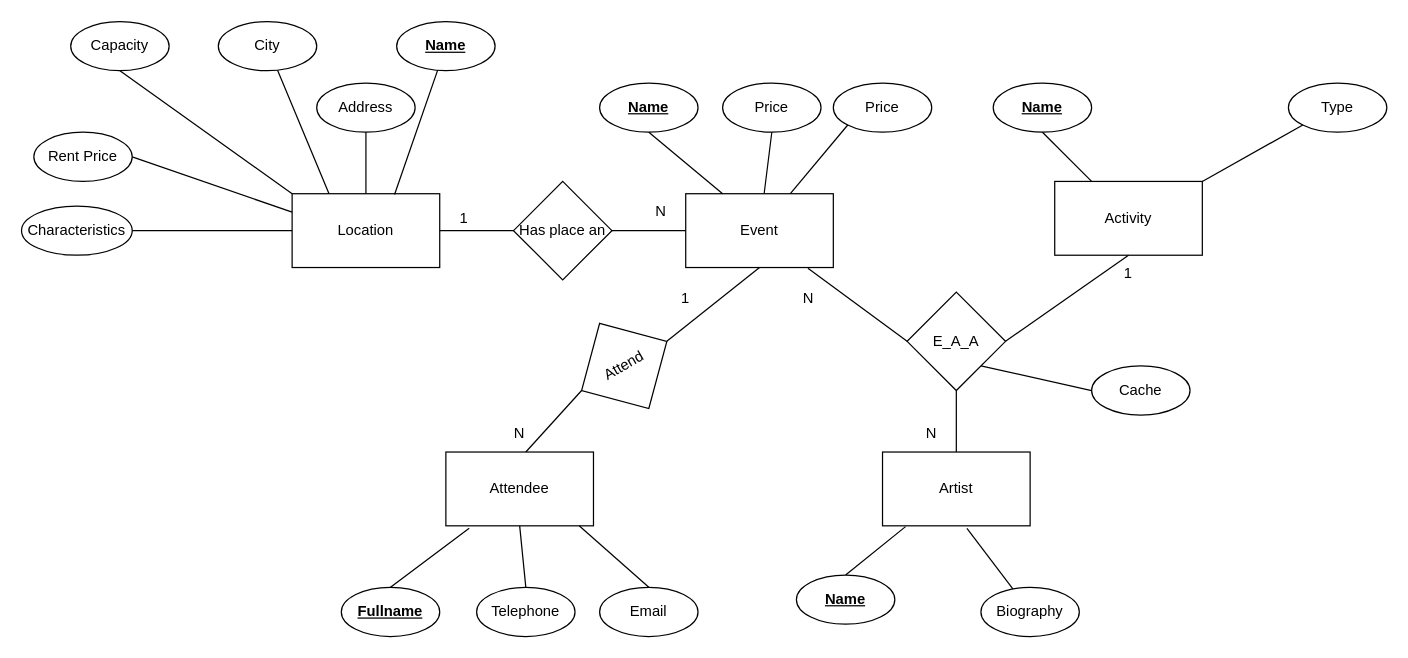
The draw.io diagram Solution/DER-Empresa_Eventos.drawio in PabloPaezSheridan/EventsEnterpriseSQLDesign, before the edit. Source tidied: cells renumbered, new cells numbered last; positions are measured from the earlier drawing's top-left corner, leaving out a move shared by most shapes. Both pictures are drawn from the tidied source at 123%, with x=0, y=0 at pixel (21, 21).
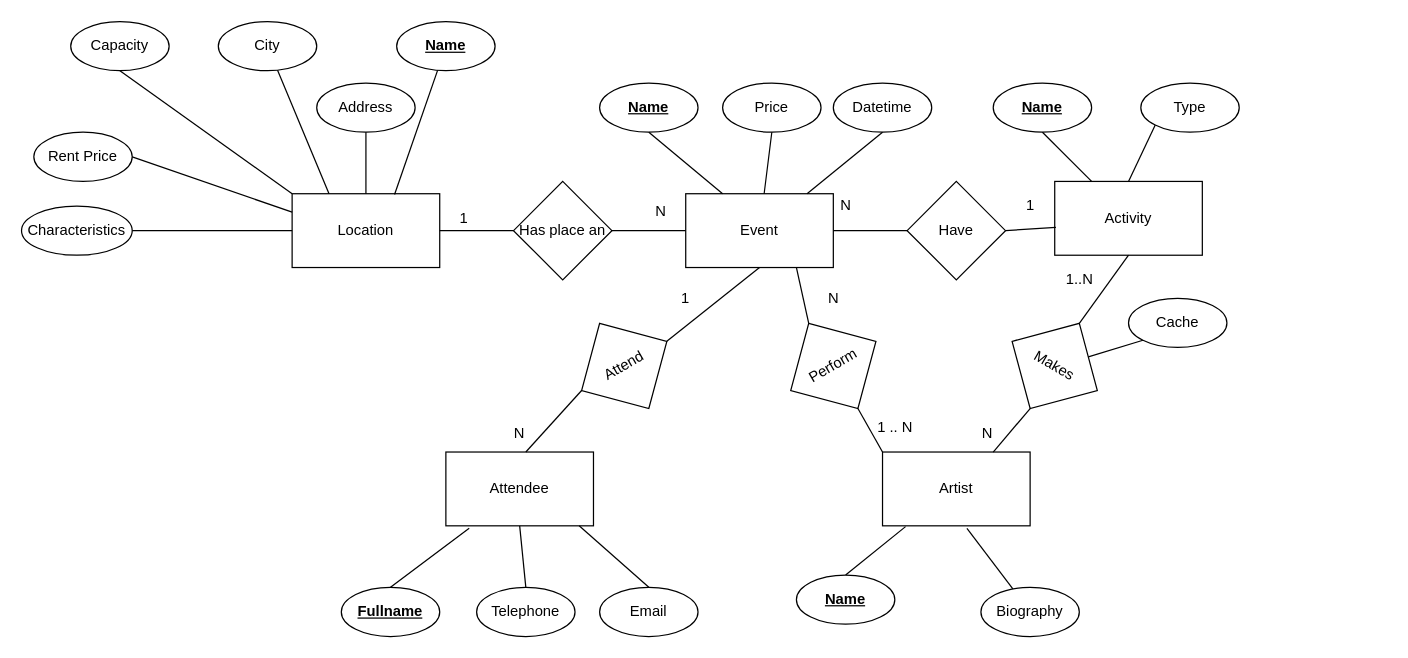
After the change.

Commit message (it also covers changes not shown here):
Refactor ternary relationship and table design

The change refers to these unchanged cells:
```xml
<mxCell id="2" value="Event" style="rounded=0;whiteSpace=wrap;html=1;" parent="1" vertex="1">
  <mxGeometry x="540" y="140" width="120" height="60" as="geometry" />
</mxCell>
<mxCell id="4" value="Artist" style="rounded=0;whiteSpace=wrap;html=1;" parent="1" vertex="1">
  <mxGeometry x="700" y="350" width="120" height="60" as="geometry" />
</mxCell>
<mxCell id="35" value="Activity" style="rounded=0;whiteSpace=wrap;html=1;" parent="1" vertex="1">
  <mxGeometry x="840" y="130" width="120" height="60" as="geometry" />
</mxCell>
```

The edit, as a diff of the source:
```diff
@@
-    <mxCell id="26" value="Price" style="ellipse;whiteSpace=wrap;html=1;" parent="1" vertex="1">
-      <mxGeometry x="660" y="50" width="80" height="40" as="geometry" />
-    </mxCell>
-    <mxCell id="27" style="endArrow=none;html=1;entryX=0;entryY=1;entryDx=0;entryDy=0;" parent="1" edge="1" source="2" target="26">
-      <mxGeometry relative="1" as="geometry" />
-    </mxCell>
     <mxCell id="28" value="Type" style="ellipse;whiteSpace=wrap;html=1;" parent="1" vertex="1">
-      <mxGeometry x="1030" y="50" width="80" height="40" as="geometry" />
+      <mxGeometry x="910" y="50" width="80" height="40" as="geometry" />
     </mxCell>
@@
-    <mxCell id="36" style="endArrow=none;html=1;exitX=1;exitY=0;exitDx=0;exitDy=0;entryX=0;entryY=1;entryDx=0;entryDy=0;" parent="1" edge="1" source="35" target="28">
-      <mxGeometry relative="1" as="geometry" />
-    </mxCell>
@@
-    <mxCell id="49" value="E_A_A" style="rhombus;whiteSpace=wrap;html=1;" parent="1" vertex="1">
-      <mxGeometry x="720" y="220" width="80" height="80" as="geometry" />
-    </mxCell>
-    <mxCell id="50" style="endArrow=none;html=1;exitX=0;exitY=0.5;exitDx=0;exitDy=0;entryX=0.828;entryY=1.011;entryDx=0;entryDy=0;entryPerimeter=0;" parent="1" edge="1" source="49" target="2">
-      <mxGeometry relative="1" as="geometry" />
-    </mxCell>
-    <mxCell id="51" style="endArrow=none;html=1;entryX=0.5;entryY=1;entryDx=0;entryDy=0;exitX=1;exitY=0.5;exitDx=0;exitDy=0;" parent="1" edge="1" source="49" target="35">
-      <mxGeometry relative="1" as="geometry" />
-    </mxCell>
-    <mxCell id="52" style="endArrow=none;html=1;exitX=0.5;exitY=0;exitDx=0;exitDy=0;entryX=0.5;entryY=1;entryDx=0;entryDy=0;" parent="1" edge="1" source="4" target="49">
-      <mxGeometry relative="1" as="geometry" />
-    </mxCell>
+    <mxCell id="36" style="endArrow=none;html=1;exitX=0.5;exitY=0;exitDx=0;exitDy=0;entryX=0;entryY=1;entryDx=0;entryDy=0;" parent="1" edge="1" source="35" target="28">
+      <mxGeometry relative="1" as="geometry" />
+    </mxCell>
+    <mxCell id="58" value="Datetime" style="ellipse;whiteSpace=wrap;html=1;" parent="1" vertex="1">
+      <mxGeometry x="660" y="50" width="80" height="40" as="geometry" />
+    </mxCell>
+    <mxCell id="59" style="endArrow=none;html=1;entryX=0.5;entryY=1;entryDx=0;entryDy=0;exitX=0.822;exitY=0;exitDx=0;exitDy=0;exitPerimeter=0;" parent="1" edge="1" source="2" target="58">
+      <mxGeometry relative="1" as="geometry" />
+    </mxCell>
+    <mxCell id="60" value="Have" style="rhombus;whiteSpace=wrap;html=1;" parent="1" vertex="1">
+      <mxGeometry x="720" y="130" width="80" height="80" as="geometry" />
+    </mxCell>
+    <mxCell id="61" value="Perform" style="rhombus;whiteSpace=wrap;html=1;rotation=-30;" parent="1" vertex="1">
+      <mxGeometry x="620" y="240" width="80" height="80" as="geometry" />
+    </mxCell>
+    <mxCell id="62" value="Makes" style="rhombus;whiteSpace=wrap;html=1;rotation=30;" parent="1" vertex="1">
+      <mxGeometry x="800" y="240" width="80" height="80" as="geometry" />
+    </mxCell>
+    <mxCell id="63" style="endArrow=none;html=1;entryX=0;entryY=0.5;entryDx=0;entryDy=0;" parent="1" edge="1" source="2" target="60">
+      <mxGeometry relative="1" as="geometry" />
+    </mxCell>
+    <mxCell id="64" style="endArrow=none;html=1;entryX=0.75;entryY=1;entryDx=0;entryDy=0;exitX=0.5;exitY=0;exitDx=0;exitDy=0;" parent="1" edge="1" source="61" target="2">
+      <mxGeometry relative="1" as="geometry" />
+    </mxCell>
+    <mxCell id="65" style="endArrow=none;html=1;entryX=0.5;entryY=1;entryDx=0;entryDy=0;exitX=0;exitY=0;exitDx=0;exitDy=0;" parent="1" edge="1" source="4" target="61">
+      <mxGeometry relative="1" as="geometry" />
+    </mxCell>
+    <mxCell id="66" style="endArrow=none;html=1;entryX=0.008;entryY=0.622;entryDx=0;entryDy=0;exitX=1;exitY=0.5;exitDx=0;exitDy=0;entryPerimeter=0;" parent="1" edge="1" source="60" target="35">
+      <mxGeometry relative="1" as="geometry" />
+    </mxCell>
+    <mxCell id="67" style="endArrow=none;html=1;entryX=0.5;entryY=1;entryDx=0;entryDy=0;exitX=0.5;exitY=0;exitDx=0;exitDy=0;" parent="1" edge="1" source="62" target="35">
+      <mxGeometry relative="1" as="geometry" />
+    </mxCell>
+    <mxCell id="68" style="endArrow=none;html=1;entryX=0.5;entryY=1;entryDx=0;entryDy=0;exitX=0.75;exitY=0;exitDx=0;exitDy=0;" parent="1" edge="1" source="4" target="62">
+      <mxGeometry relative="1" as="geometry" />
+    </mxCell>
-    <mxCell id="53" value="1" style="text;html=1;strokeColor=none;fillColor=none;align=center;verticalAlign=middle;whiteSpace=wrap;rounded=0;" parent="1" vertex="1">
-      <mxGeometry x="870" y="190" width="60" height="30" as="geometry" />
+    <mxCell id="53" value="1" style="text;html=1;align=center;verticalAlign=middle;strokeColor=none;fillColor=none;" parent="1" vertex="1">
+      <mxGeometry x="805" y="135" width="30" height="30" as="geometry" />
     </mxCell>
-    <mxCell id="54" value="N" style="text;html=1;strokeColor=none;fillColor=none;align=center;verticalAlign=middle;whiteSpace=wrap;rounded=0;" parent="1" vertex="1">
-      <mxGeometry x="610" y="210" width="60" height="30" as="geometry" />
-    </mxCell>
-    <mxCell id="55" value="N" style="text;html=1;strokeColor=none;fillColor=none;align=center;verticalAlign=middle;whiteSpace=wrap;rounded=0;" parent="1" vertex="1">
-      <mxGeometry x="710" y="320" width="60" height="30" as="geometry" />
-    </mxCell>
+    <mxCell id="69" value="N" style="text;html=1;align=center;verticalAlign=middle;strokeColor=none;fillColor=none;" parent="1" vertex="1">
+      <mxGeometry x="655" y="135" width="30" height="30" as="geometry" />
+    </mxCell>
+    <mxCell id="70" value="N" style="text;html=1;align=center;verticalAlign=middle;strokeColor=none;fillColor=none;" parent="1" vertex="1">
+      <mxGeometry x="645" y="210" width="30" height="30" as="geometry" />
+    </mxCell>
+    <mxCell id="71" value="1 .. N" style="text;html=1;align=center;verticalAlign=middle;strokeColor=none;fillColor=none;" parent="1" vertex="1">
+      <mxGeometry x="685" y="315" width="50" height="30" as="geometry" />
+    </mxCell>
+    <mxCell id="72" value="1..N" style="text;html=1;align=center;verticalAlign=middle;strokeColor=none;fillColor=none;" parent="1" vertex="1">
+      <mxGeometry x="835" y="195" width="50" height="30" as="geometry" />
+    </mxCell>
+    <mxCell id="73" value="N" style="text;html=1;align=center;verticalAlign=middle;strokeColor=none;fillColor=none;" parent="1" vertex="1">
+      <mxGeometry x="770" y="320" width="30" height="30" as="geometry" />
+    </mxCell>
     <mxCell id="56" value="Cache" style="ellipse;whiteSpace=wrap;html=1;" parent="1" vertex="1">
-      <mxGeometry x="870" y="280" width="80" height="40" as="geometry" />
+      <mxGeometry x="900" y="225" width="80" height="40" as="geometry" />
     </mxCell>
-    <mxCell id="57" style="endArrow=none;html=1;exitX=1;exitY=1;exitDx=0;exitDy=0;entryX=0;entryY=0.5;entryDx=0;entryDy=0;" parent="1" edge="1" source="49" target="56">
-      <mxGeometry relative="1" as="geometry" />
-    </mxCell>
+    <mxCell id="74" style="endArrow=none;html=1;exitX=1;exitY=0;exitDx=0;exitDy=0;entryX=0;entryY=1;entryDx=0;entryDy=0;" parent="1" edge="1" source="62" target="56">
+      <mxGeometry relative="1" as="geometry" />
+    </mxCell>
```
